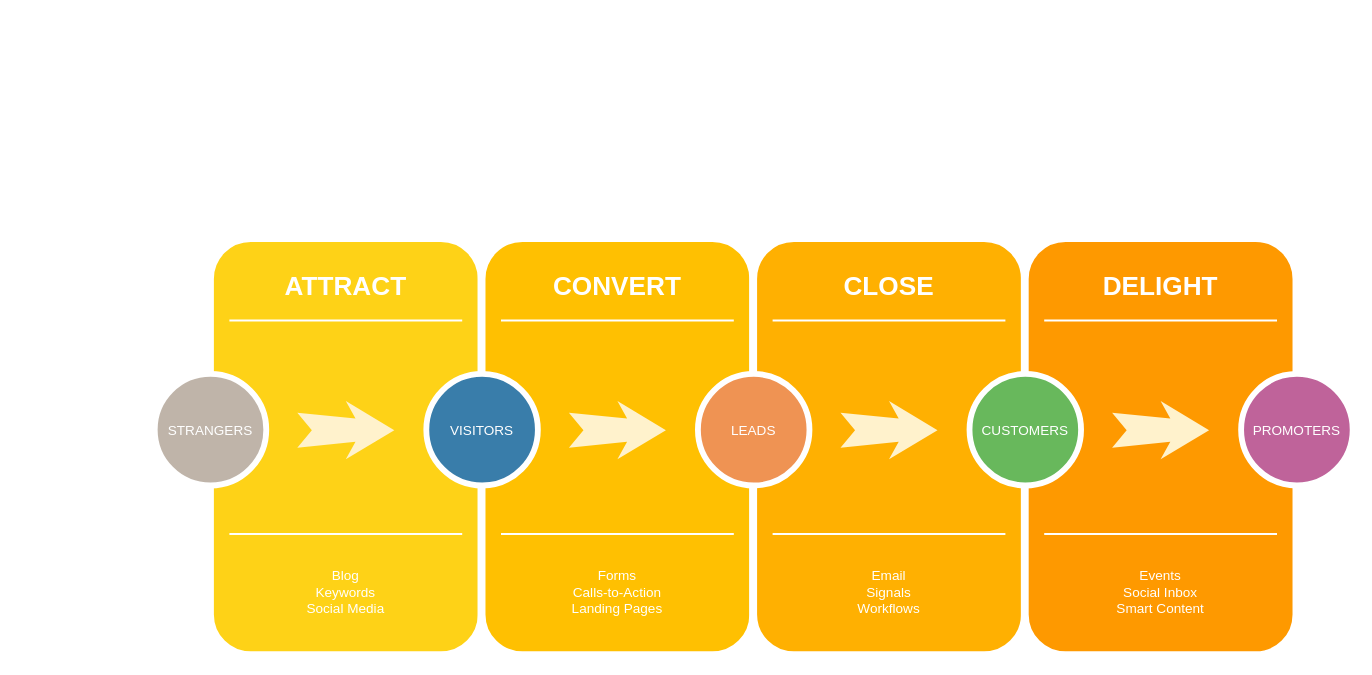
The draw.io diagram Untitled Diagram.drawio in 111qqz/2018FALL, before the edit. Source tidied: cells renumbered, new cells numbered last; positions are measured from the earlier drawing's top-left corner, leaving out a move shared by most shapes. Both pictures are drawn from the tidied source at 97%, with x=0, y=0 at pixel (154, 238).
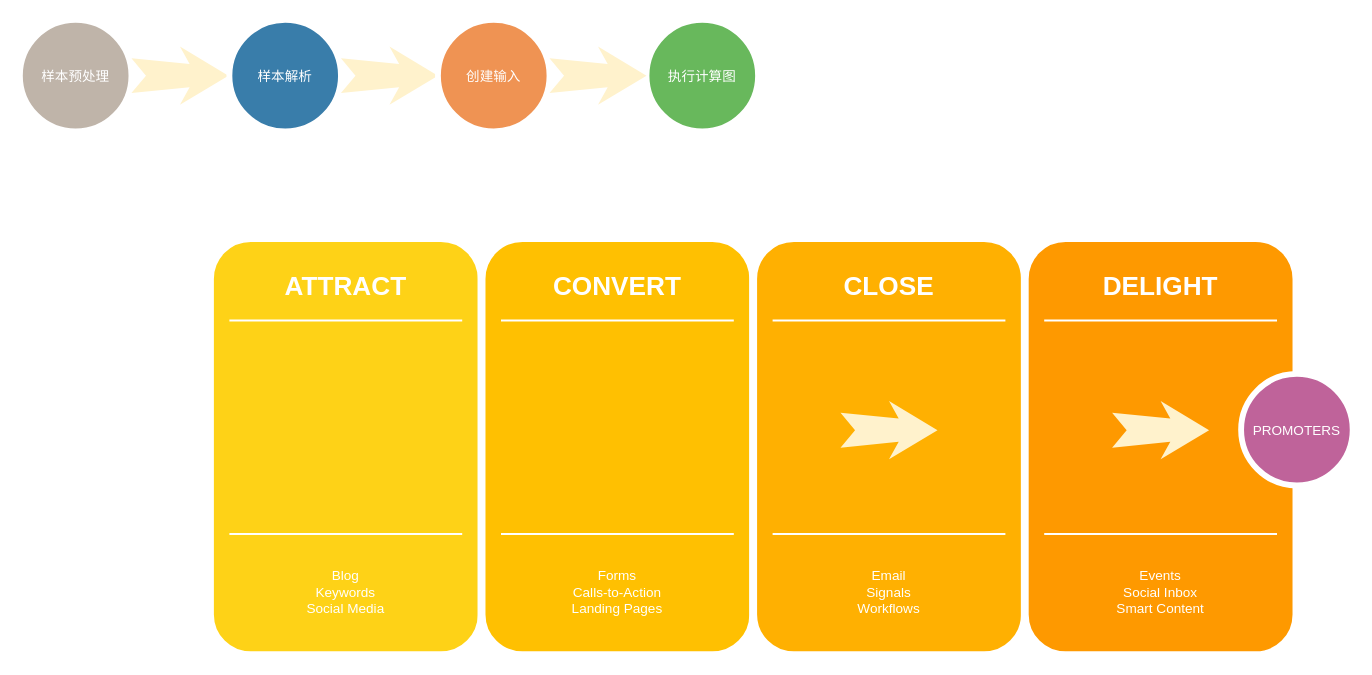
The same diagram, later.

Change to the diagram source:
```diff
@@
-    <mxCell id="7" value="STRANGERS" style="ellipse;whiteSpace=wrap;html=1;rounded=0;shadow=0;strokeWidth=6;fontSize=14;align=center;fillColor=#BFB4A9;strokeColor=#FFFFFF;fontColor=#FFFFFF;" parent="1" vertex="1">
-      <mxGeometry y="140" width="115" height="115" as="geometry" />
+    <mxCell id="7" value="样本预处理" style="ellipse;whiteSpace=wrap;html=1;rounded=0;shadow=0;strokeWidth=6;fontSize=14;align=center;fillColor=#BFB4A9;strokeColor=#FFFFFF;fontColor=#FFFFFF;" parent="1" vertex="1">
+      <mxGeometry x="-139" y="-225" width="115" height="115" as="geometry" />
     </mxCell>
     <mxCell id="8" style="html=1;shadow=0;dashed=0;align=center;verticalAlign=middle;shape=mxgraph.arrows2.stylisedArrow;dy=0.6;dx=40;notch=15;feather=0.4;rounded=0;strokeWidth=1;fontSize=27;strokeColor=none;fillColor=#fff2cc;" parent="1" vertex="1">
-      <mxGeometry x="147" y="168" width="100" height="60" as="geometry" />
+      <mxGeometry x="-24" y="-197.5" width="100" height="60" as="geometry" />
     </mxCell>
@@
-    <mxCell id="14" value="VISITORS" style="ellipse;whiteSpace=wrap;html=1;rounded=0;shadow=0;strokeWidth=6;fontSize=14;align=center;fillColor=#397DAA;strokeColor=#FFFFFF;fontColor=#FFFFFF;" parent="1" vertex="1">
-      <mxGeometry x="280" y="140" width="115" height="115" as="geometry" />
+    <mxCell id="14" value="样本解析" style="ellipse;whiteSpace=wrap;html=1;rounded=0;shadow=0;strokeWidth=6;fontSize=14;align=center;fillColor=#397DAA;strokeColor=#FFFFFF;fontColor=#FFFFFF;" parent="1" vertex="1">
+      <mxGeometry x="77" y="-225" width="115" height="115" as="geometry" />
     </mxCell>
     <mxCell id="15" style="html=1;shadow=0;dashed=0;align=center;verticalAlign=middle;shape=mxgraph.arrows2.stylisedArrow;dy=0.6;dx=40;notch=15;feather=0.4;rounded=0;strokeWidth=1;fontSize=27;strokeColor=none;fillColor=#fff2cc;" parent="1" vertex="1">
-      <mxGeometry x="427" y="168" width="100" height="60" as="geometry" />
+      <mxGeometry x="192" y="-197.5" width="100" height="60" as="geometry" />
     </mxCell>
@@
-    <mxCell id="21" value="LEADS" style="ellipse;whiteSpace=wrap;html=1;rounded=0;shadow=0;strokeWidth=6;fontSize=14;align=center;fillColor=#EF9353;strokeColor=#FFFFFF;fontColor=#FFFFFF;" parent="1" vertex="1">
-      <mxGeometry x="560" y="140" width="115" height="115" as="geometry" />
+    <mxCell id="21" value="创建输入" style="ellipse;whiteSpace=wrap;html=1;rounded=0;shadow=0;strokeWidth=6;fontSize=14;align=center;fillColor=#EF9353;strokeColor=#FFFFFF;fontColor=#FFFFFF;" parent="1" vertex="1">
+      <mxGeometry x="292" y="-225" width="115" height="115" as="geometry" />
     </mxCell>
@@
-    <mxCell id="28" value="CUSTOMERS" style="ellipse;whiteSpace=wrap;html=1;rounded=0;shadow=0;strokeWidth=6;fontSize=14;align=center;fillColor=#68B85C;strokeColor=#FFFFFF;fontColor=#FFFFFF;" parent="1" vertex="1">
-      <mxGeometry x="840" y="140" width="115" height="115" as="geometry" />
+    <mxCell id="28" value="执行计算图" style="ellipse;whiteSpace=wrap;html=1;rounded=0;shadow=0;strokeWidth=6;fontSize=14;align=center;fillColor=#68B85C;strokeColor=#FFFFFF;fontColor=#FFFFFF;" parent="1" vertex="1">
+      <mxGeometry x="507" y="-225" width="115" height="115" as="geometry" />
     </mxCell>
@@
+    <mxCell id="31" style="html=1;shadow=0;dashed=0;align=center;verticalAlign=middle;shape=mxgraph.arrows2.stylisedArrow;dy=0.6;dx=40;notch=15;feather=0.4;rounded=0;strokeWidth=1;fontSize=27;strokeColor=none;fillColor=#fff2cc;" parent="1" vertex="1">
+      <mxGeometry x="407" y="-197.5" width="100" height="60" as="geometry" />
+    </mxCell>
```
